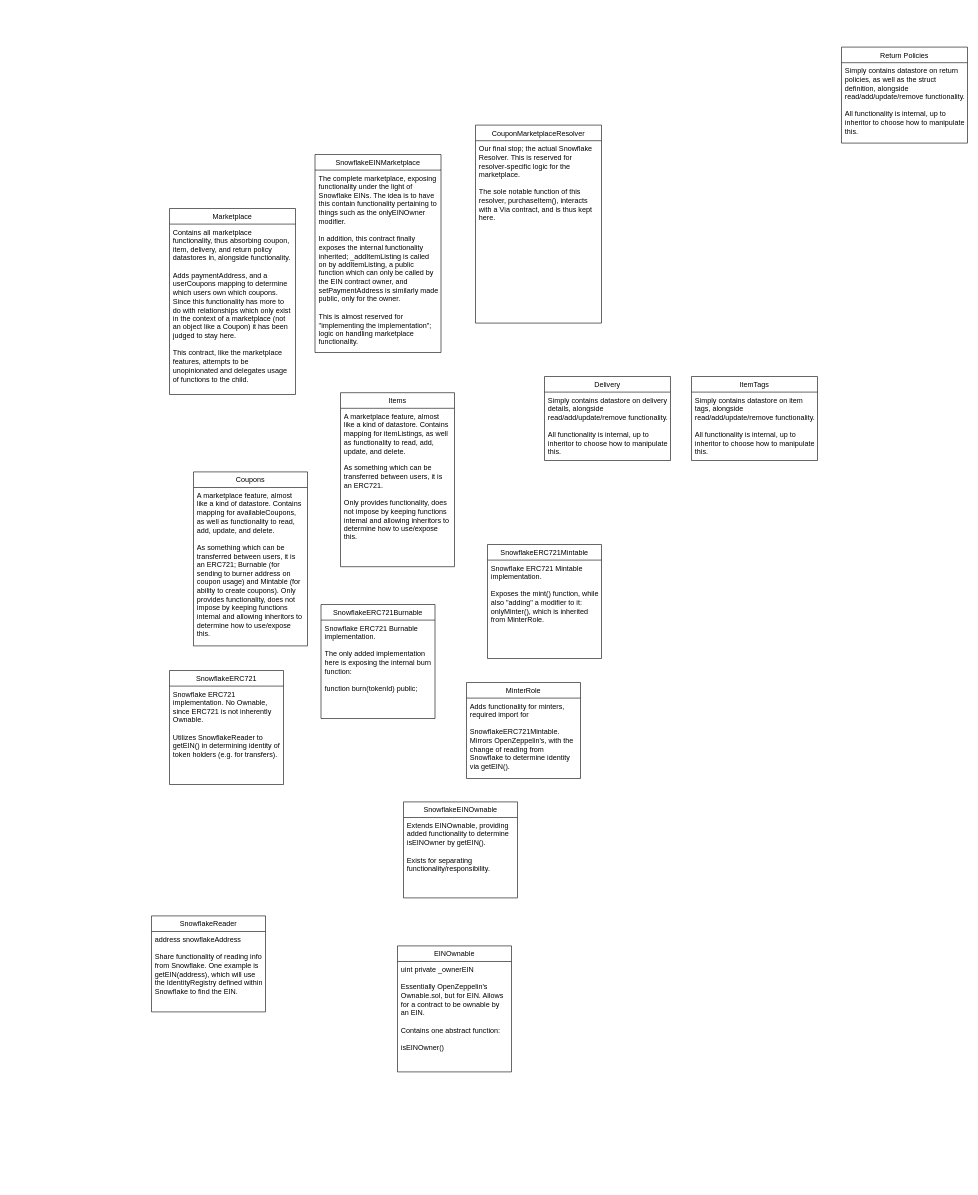
Luiserebii/HydroSnowflake-Marketplace-Coupons keeps this draw.io diagram as docs/Snowflake Coupon Marketplace - Hydro Bounty.drawio. Above is the earlier version. Source tidied: cells renumbered, new cells numbered last; positions are measured from the earlier drawing's top-left corner, leaving out a move shared by most shapes. Both pictures are drawn from the tidied source at 60%, with x=0, y=0 at pixel (151, 47). Pictures stored in the file or linked from it are replaced by grey dashed boxes.
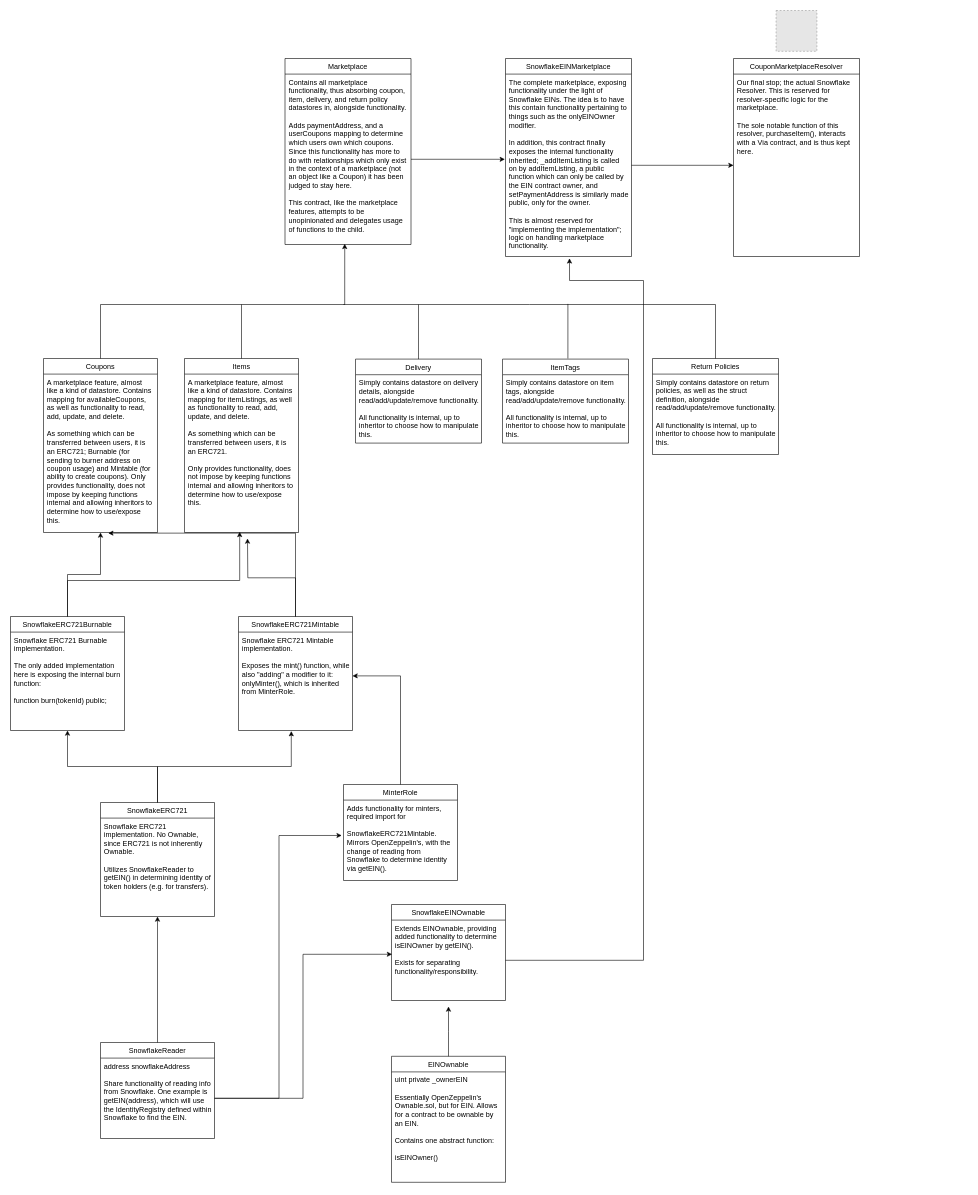
The same page after the edit.

Commit message (it also covers changes not shown here):
Finishing a more solid, organized, though very imperfect version of this architecture diagram; I feel it's a little too big probably

The change refers to these unchanged cells:
```xml
<mxCell id="3" value="address snowflakeAddress&#10;&#10;Share functionality of reading info from Snowflake. One example is getEIN(address), which will use the IdentityRegistry defined within Snowflake to find the EIN.&#10;" style="text;strokeColor=none;fillColor=none;align=left;verticalAlign=top;spacingLeft=4;spacingRight=4;overflow=hidden;points=[[0,0.5],[1,0.5]];portConstraint=eastwest;whiteSpace=wrap;" parent="2" vertex="1">
  <mxGeometry y="26" width="190" height="134" as="geometry" />
</mxCell>
<mxCell id="7" value="Extends EINOwnable, providing added functionality to determine isEINOwner by getEIN(). &#10;&#10;Exists for separating functionality/responsibility. " style="text;strokeColor=none;fillColor=none;align=left;verticalAlign=top;spacingLeft=4;spacingRight=4;overflow=hidden;points=[[0,0.5],[1,0.5]];portConstraint=eastwest;whiteSpace=wrap;" parent="6" vertex="1">
  <mxGeometry y="26" width="190" height="134" as="geometry" />
</mxCell>
<mxCell id="9" value="Adds functionality for minters, required import for &#10;&#10;SnowflakeERC721Mintable. Mirrors OpenZeppelin's, with the change of reading from Snowflake to determine identity via getEIN().&#10;" style="text;strokeColor=none;fillColor=none;align=left;verticalAlign=top;spacingLeft=4;spacingRight=4;overflow=hidden;points=[[0,0.5],[1,0.5]];portConstraint=eastwest;whiteSpace=wrap;" parent="8" vertex="1">
  <mxGeometry y="26" width="190" height="134" as="geometry" />
</mxCell>
<mxCell id="15" value="Snowflake ERC721 Mintable implementation. &#10;&#10;Exposes the mint() function, while also &quot;adding&quot; a modifier to it: onlyMinter(), which is inherited from MinterRole. " style="text;strokeColor=none;fillColor=none;align=left;verticalAlign=top;spacingLeft=4;spacingRight=4;overflow=hidden;points=[[0,0.5],[1,0.5]];portConstraint=eastwest;whiteSpace=wrap;" parent="14" vertex="1">
  <mxGeometry y="26" width="190" height="164" as="geometry" />
</mxCell>
<mxCell id="17" value="A marketplace feature, almost like a kind of datastore. Contains mapping for availableCoupons, as well as functionality to read, add, update, and delete.&#10;&#10;As something which can be transferred between users, it is an ERC721; Burnable (for sending to burner address on coupon usage) and Mintable (for ability to create coupons). Only provides functionality, does not impose by keeping functions internal and allowing inheritors to determine how to use/expose this." style="text;strokeColor=none;fillColor=none;align=left;verticalAlign=top;spacingLeft=4;spacingRight=4;overflow=hidden;points=[[0,0.5],[1,0.5]];portConstraint=eastwest;whiteSpace=wrap;" parent="16" vertex="1">
  <mxGeometry y="26" width="190" height="264" as="geometry" />
</mxCell>
<mxCell id="19" value="A marketplace feature, almost like a kind of datastore. Contains mapping for itemListings, as well as functionality to read, add, update, and delete.&#10;&#10;As something which can be transferred between users, it is an ERC721.&#10;&#10;Only provides functionality, does not impose by keeping functions internal and allowing inheritors to determine how to use/expose this." style="text;strokeColor=none;fillColor=none;align=left;verticalAlign=top;spacingLeft=4;spacingRight=4;overflow=hidden;points=[[0,0.5],[1,0.5]];portConstraint=eastwest;whiteSpace=wrap;" parent="18" vertex="1">
  <mxGeometry y="26" width="190" height="264" as="geometry" />
</mxCell>
<mxCell id="27" value="Contains all marketplace functionality, thus absorbing coupon, item, delivery, and return policy datastores in, alongside functionality.&#10;&#10;Adds paymentAddress, and a userCoupons mapping to determine which users own which coupons. Since this functionality has more to do with relationships which only exist in the context of a marketplace (not an object like a Coupon) it has been judged to stay here. &#10;&#10;This contract, like the marketplace features, attempts to be unopinionated and delegates usage of functions to the child." style="text;strokeColor=none;fillColor=none;align=left;verticalAlign=top;spacingLeft=4;spacingRight=4;overflow=hidden;points=[[0,0.5],[1,0.5]];portConstraint=eastwest;whiteSpace=wrap;" parent="26" vertex="1">
  <mxGeometry y="26" width="210" height="284" as="geometry" />
</mxCell>
<mxCell id="29" value="The complete marketplace, exposing functionality under the light of Snowflake EINs. The idea is to have this contain functionality pertaining to things such as the onlyEINOwner modifier.&#10;&#10;In addition, this contract finally exposes the internal functionality inherited; _addItemListing is called on by addItemListing, a public function which can only be called by the EIN contract owner, and setPaymentAddress is similarly made public, only for the owner. &#10;&#10;This is almost reserved for &quot;implementing the implementation&quot;; logic on handling marketplace functionality." style="text;strokeColor=none;fillColor=none;align=left;verticalAlign=top;spacingLeft=4;spacingRight=4;overflow=hidden;points=[[0,0.5],[1,0.5]];portConstraint=eastwest;whiteSpace=wrap;" parent="28" vertex="1">
  <mxGeometry y="26" width="210" height="304" as="geometry" />
</mxCell>
<mxCell id="31" value="Our final stop; the actual Snowflake Resolver. This is reserved for resolver-specific logic for the marketplace. &#10;&#10;The sole notable function of this resolver, purchaseItem(), interacts with a Via contract, and is thus kept here." style="text;strokeColor=none;fillColor=none;align=left;verticalAlign=top;spacingLeft=4;spacingRight=4;overflow=hidden;points=[[0,0.5],[1,0.5]];portConstraint=eastwest;whiteSpace=wrap;" parent="30" vertex="1">
  <mxGeometry y="26" width="210" height="304" as="geometry" />
</mxCell>
```

Diff of the diagram source:
```diff
@@
+    <mxCell id="32" style="edgeStyle=orthogonalEdgeStyle;rounded=0;jettySize=auto;html=1;entryX=0.5;entryY=1;entryDx=0;entryDy=0;" parent="1" edge="1" source="2" target="10">
+      <mxGeometry relative="1" as="geometry" />
+    </mxCell>
     <mxCell id="2" value="SnowflakeReader" style="swimlane;fontStyle=0;horizontal=1;startSize=26;fillColor=none;" parent="1" vertex="1">
-      <mxGeometry y="1448" width="190" height="160" as="geometry" />
+      <mxGeometry x="-85" y="1659" width="190" height="160" as="geometry" />
     </mxCell>
@@
+    <mxCell id="33" style="edgeStyle=orthogonalEdgeStyle;rounded=0;jettySize=auto;html=1;" parent="1" edge="1" source="4">
+      <mxGeometry relative="1" as="geometry">
+        <mxPoint x="495" y="1599" as="targetPoint" />
+      </mxGeometry>
+    </mxCell>
     <mxCell id="4" value="EINOwnable" style="swimlane;fontStyle=0;horizontal=1;startSize=26;fillColor=none;" parent="1" vertex="1">
-      <mxGeometry x="410" y="1498" width="190" height="210" as="geometry" />
+      <mxGeometry x="400" y="1682" width="190" height="210" as="geometry" />
     </mxCell>
@@
     <mxCell id="6" value="SnowflakeEINOwnable" style="swimlane;fontStyle=0;horizontal=1;startSize=26;fillColor=none;" parent="1" vertex="1">
-      <mxGeometry x="420" y="1258" width="190" height="160" as="geometry" />
+      <mxGeometry x="400" y="1429" width="190" height="160" as="geometry" />
     </mxCell>
@@
+    <mxCell id="34" style="edgeStyle=orthogonalEdgeStyle;rounded=0;jettySize=auto;html=1;entryX=1;entryY=0.445;entryDx=0;entryDy=0;entryPerimeter=0;" parent="1" edge="1" source="8" target="15">
+      <mxGeometry relative="1" as="geometry" />
+    </mxCell>
     <mxCell id="8" value="MinterRole" style="swimlane;fontStyle=0;horizontal=1;startSize=26;fillColor=none;" parent="1" vertex="1">
-      <mxGeometry x="525" y="1059" width="190" height="160" as="geometry" />
+      <mxGeometry x="320" y="1229" width="190" height="160" as="geometry" />
     </mxCell>
@@
+    <mxCell id="35" style="edgeStyle=orthogonalEdgeStyle;rounded=0;jettySize=auto;html=1;entryX=0.5;entryY=1;entryDx=0;entryDy=0;" parent="1" edge="1" source="10" target="12">
+      <mxGeometry relative="1" as="geometry" />
+    </mxCell>
+    <mxCell id="36" style="edgeStyle=orthogonalEdgeStyle;rounded=0;jettySize=auto;html=1;entryX=0.463;entryY=1.006;entryDx=0;entryDy=0;entryPerimeter=0;" parent="1" edge="1" source="10" target="15">
+      <mxGeometry relative="1" as="geometry" />
+    </mxCell>
     <mxCell id="10" value="SnowflakeERC721" style="swimlane;fontStyle=0;horizontal=1;startSize=26;fillColor=none;" parent="1" vertex="1">
-      <mxGeometry x="30" y="1039" width="190" height="190" as="geometry" />
+      <mxGeometry x="-85" y="1259" width="190" height="190" as="geometry" />
     </mxCell>
@@
+    <mxCell id="37" style="edgeStyle=orthogonalEdgeStyle;rounded=0;jettySize=auto;html=1;entryX=0.5;entryY=1;entryDx=0;entryDy=0;" parent="1" edge="1" source="12" target="16">
+      <mxGeometry relative="1" as="geometry" />
+    </mxCell>
+    <mxCell id="38" style="edgeStyle=orthogonalEdgeStyle;rounded=0;jettySize=auto;html=1;entryX=0.484;entryY=0.996;entryDx=0;entryDy=0;entryPerimeter=0;" parent="1" edge="1" source="12" target="19">
+      <mxGeometry relative="1" as="geometry">
+        <Array as="points">
+          <mxPoint x="-140" y="889" />
+          <mxPoint x="147" y="889" />
+        </Array>
+      </mxGeometry>
+    </mxCell>
     <mxCell id="12" value="SnowflakeERC721Burnable" style="swimlane;fontStyle=0;horizontal=1;startSize=26;fillColor=none;" parent="1" vertex="1">
-      <mxGeometry x="282.5" y="929" width="190" height="190" as="geometry" />
+      <mxGeometry x="-235" y="949" width="190" height="190" as="geometry" />
     </mxCell>
@@
+    <mxCell id="39" style="edgeStyle=orthogonalEdgeStyle;rounded=0;jettySize=auto;html=1;entryX=0.568;entryY=1.004;entryDx=0;entryDy=0;entryPerimeter=0;" parent="1" edge="1" source="14" target="17">
+      <mxGeometry relative="1" as="geometry" />
+    </mxCell>
+    <mxCell id="40" style="edgeStyle=orthogonalEdgeStyle;rounded=0;jettySize=auto;html=1;" parent="1" edge="1" source="14">
+      <mxGeometry relative="1" as="geometry">
+        <mxPoint x="160" y="819" as="targetPoint" />
+      </mxGeometry>
+    </mxCell>
     <mxCell id="14" value="SnowflakeERC721Mintable" style="swimlane;fontStyle=0;horizontal=1;startSize=26;fillColor=none;" parent="1" vertex="1">
-      <mxGeometry x="560" y="829" width="190" height="190" as="geometry" />
+      <mxGeometry x="145" y="949" width="190" height="190" as="geometry" />
     </mxCell>
@@
+    <mxCell id="41" style="edgeStyle=orthogonalEdgeStyle;rounded=0;jettySize=auto;html=1;entryX=0.474;entryY=0.996;entryDx=0;entryDy=0;entryPerimeter=0;" parent="1" edge="1" source="16" target="27">
+      <mxGeometry relative="1" as="geometry">
+        <Array as="points">
+          <mxPoint x="-85" y="429" />
+          <mxPoint x="322" y="429" />
+        </Array>
+      </mxGeometry>
+    </mxCell>
     <mxCell id="16" value="Coupons" style="swimlane;fontStyle=0;horizontal=1;startSize=26;fillColor=none;" parent="1" vertex="1">
-      <mxGeometry x="70" y="708" width="190" height="290" as="geometry" />
+      <mxGeometry x="-180" y="519" width="190" height="290" as="geometry" />
     </mxCell>
@@
     <mxCell id="18" value="Items" style="swimlane;fontStyle=0;horizontal=1;startSize=26;fillColor=none;" parent="1" vertex="1">
-      <mxGeometry x="315" y="576" width="190" height="290" as="geometry" />
+      <mxGeometry x="55" y="519" width="190" height="290" as="geometry" />
     </mxCell>
@@
     <mxCell id="20" value="Delivery" style="swimlane;fontStyle=0;horizontal=1;startSize=26;fillColor=none;" parent="1" vertex="1">
-      <mxGeometry x="655" y="549" width="210" height="140" as="geometry" />
+      <mxGeometry x="340" y="520" width="210" height="140" as="geometry" />
     </mxCell>
@@
     <mxCell id="22" value="ItemTags" style="swimlane;fontStyle=0;horizontal=1;startSize=26;fillColor=none;" parent="1" vertex="1">
-      <mxGeometry x="900" y="549" width="210" height="140" as="geometry" />
+      <mxGeometry x="585" y="520" width="210" height="140" as="geometry" />
     </mxCell>
@@
     <mxCell id="24" value="Return Policies" style="swimlane;fontStyle=0;horizontal=1;startSize=26;fillColor=none;" parent="1" vertex="1">
-      <mxGeometry x="1150" width="210" height="160" as="geometry" />
+      <mxGeometry x="835" y="519" width="210" height="160" as="geometry" />
     </mxCell>
@@
     <mxCell id="26" value="Marketplace" style="swimlane;fontStyle=0;horizontal=1;startSize=26;fillColor=none;" parent="1" vertex="1">
-      <mxGeometry x="30" y="269" width="210" height="310" as="geometry" />
+      <mxGeometry x="222.5" y="19" width="210" height="310" as="geometry" />
     </mxCell>
@@
     <mxCell id="28" value="SnowflakeEINMarketplace" style="swimlane;fontStyle=0;horizontal=1;startSize=26;fillColor=none;" parent="1" vertex="1">
-      <mxGeometry x="272.5" y="179" width="210" height="330" as="geometry" />
+      <mxGeometry x="590" y="19" width="210" height="330" as="geometry" />
     </mxCell>
@@
     <mxCell id="30" value="CouponMarketplaceResolver" style="swimlane;fontStyle=0;horizontal=1;startSize=26;fillColor=none;" parent="1" vertex="1">
-      <mxGeometry x="540" y="130" width="210" height="330" as="geometry" />
+      <mxGeometry x="970" y="19" width="210" height="330" as="geometry" />
     </mxCell>
@@
+    <mxCell id="42" style="edgeStyle=orthogonalEdgeStyle;rounded=0;jettySize=auto;html=1;entryX=-0.016;entryY=0.44;entryDx=0;entryDy=0;entryPerimeter=0;" parent="1" edge="1" source="3" target="9">
+      <mxGeometry relative="1" as="geometry" />
+    </mxCell>
+    <mxCell id="43" style="edgeStyle=orthogonalEdgeStyle;rounded=0;jettySize=auto;html=1;entryX=0.005;entryY=0.425;entryDx=0;entryDy=0;entryPerimeter=0;" parent="1" edge="1" source="3" target="7">
+      <mxGeometry relative="1" as="geometry" />
+    </mxCell>
+    <mxCell id="44" style="endArrow=none;html=1;exitX=0.5;exitY=0;exitDx=0;exitDy=0;" parent="1" edge="1" source="18">
+      <mxGeometry relative="1" as="geometry">
+        <mxPoint x="150" y="429" as="targetPoint" />
+      </mxGeometry>
+    </mxCell>
+    <mxCell id="45" style="endArrow=none;html=1;exitX=0.5;exitY=0;exitDx=0;exitDy=0;rounded=0;" parent="1" edge="1" source="24">
+      <mxGeometry relative="1" as="geometry">
+        <mxPoint x="320" y="429" as="targetPoint" />
+        <Array as="points">
+          <mxPoint x="940" y="429" />
+          <mxPoint x="630" y="429" />
+        </Array>
+      </mxGeometry>
+    </mxCell>
+    <mxCell id="46" style="endArrow=none;html=1;exitX=0.5;exitY=0;exitDx=0;exitDy=0;" parent="1" edge="1" source="20">
+      <mxGeometry relative="1" as="geometry">
+        <mxPoint x="445" y="429" as="targetPoint" />
+      </mxGeometry>
+    </mxCell>
+    <mxCell id="47" style="endArrow=none;html=1;exitX=0.5;exitY=0;exitDx=0;exitDy=0;" parent="1" edge="1">
+      <mxGeometry relative="1" as="geometry">
+        <mxPoint x="694" y="519" as="sourcePoint" />
+        <mxPoint x="694" y="428" as="targetPoint" />
+      </mxGeometry>
+    </mxCell>
+    <mxCell id="48" style="edgeStyle=orthogonalEdgeStyle;rounded=0;jettySize=auto;html=1;entryX=-0.005;entryY=0.467;entryDx=0;entryDy=0;entryPerimeter=0;" parent="1" edge="1" source="27" target="29">
+      <mxGeometry relative="1" as="geometry" />
+    </mxCell>
+    <mxCell id="49" style="edgeStyle=orthogonalEdgeStyle;rounded=0;jettySize=auto;html=1;entryX=0;entryY=0.5;entryDx=0;entryDy=0;" parent="1" edge="1" source="29" target="31">
+      <mxGeometry relative="1" as="geometry" />
+    </mxCell>
+    <mxCell id="50" style="edgeStyle=orthogonalEdgeStyle;rounded=0;jettySize=auto;html=1;entryX=0.508;entryY=1.01;entryDx=0;entryDy=0;entryPerimeter=0;" parent="1" edge="1" source="7" target="29">
+      <mxGeometry relative="1" as="geometry">
+        <Array as="points">
+          <mxPoint x="820" y="1522" />
+          <mxPoint x="820" y="389" />
+          <mxPoint x="697" y="389" />
+        </Array>
+      </mxGeometry>
+    </mxCell>
+    <mxCell id="51" style="fillColor=#E6E6E6;strokeColor=#999999;dashed=1;html=1;verticalAlign=top;verticalLabelPosition=bottom;labelBackgroundColor=#ffffff;" parent="1" vertex="1">
+      <mxGeometry x="1041" y="-61" width="68" height="68" as="geometry" />
+    </mxCell>
```
